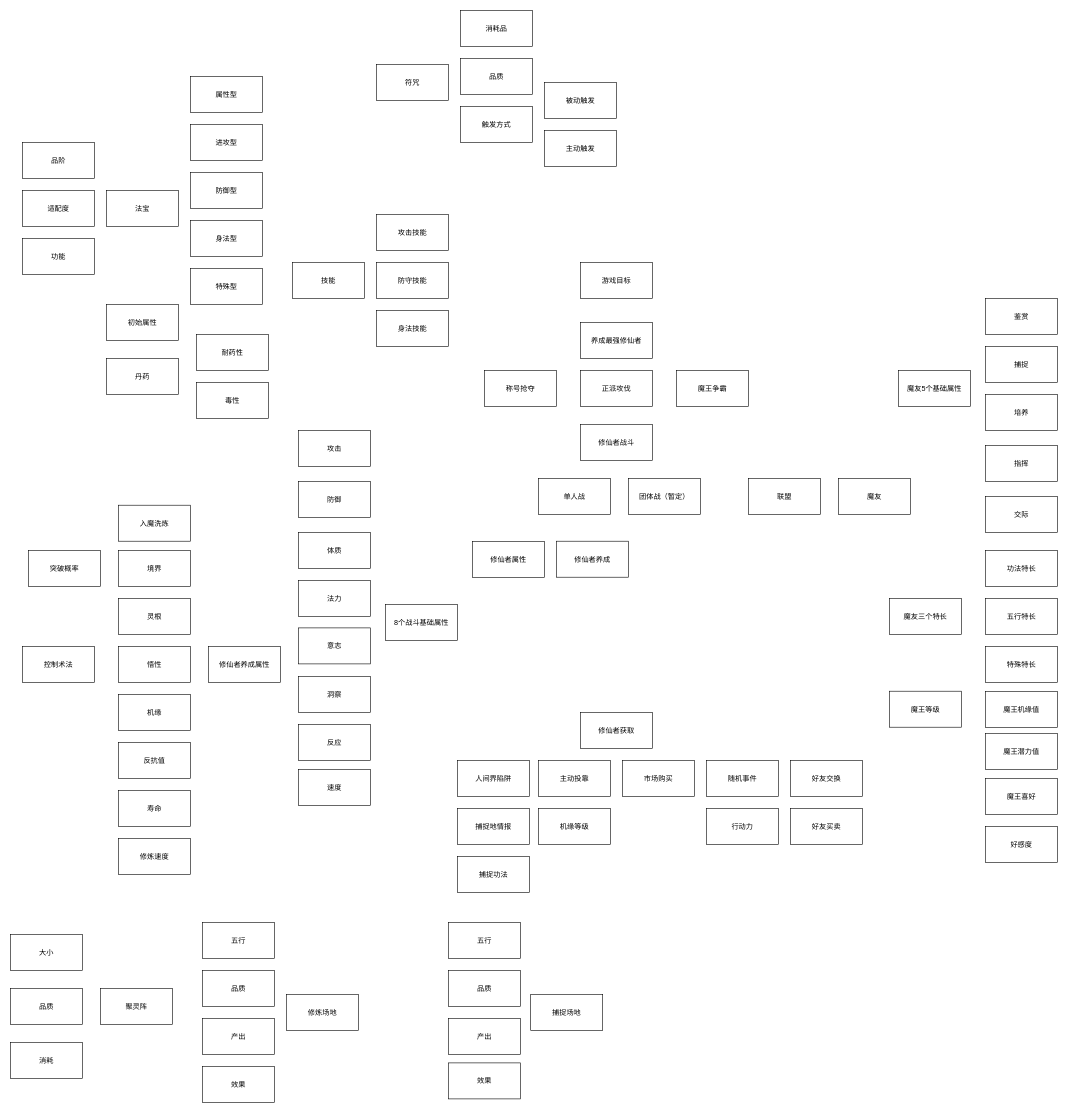
The draw.io diagram page "第 2 页" (2 of 5) of 流程图/蟋蟀玩法分析.drawio in Karmel5950/NoteBook, before the edit. Source tidied: cells renumbered, new cells numbered last; positions are measured from the earlier drawing's top-left corner, leaving out a move shared by most shapes. Both pictures are drawn from the tidied source at 60%, with x=0, y=0 at pixel (10, 10).
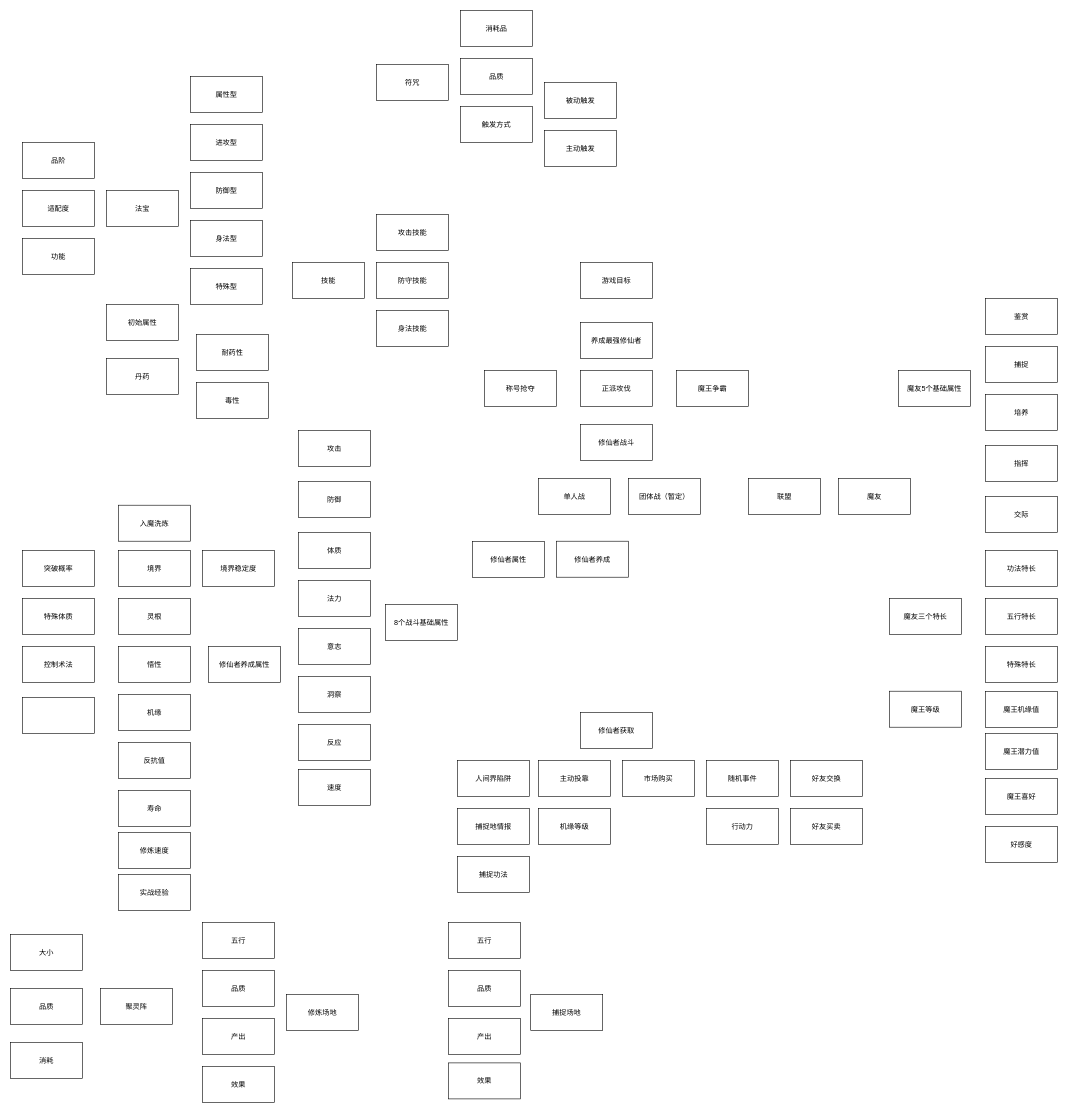
Above is the later version.

Diff of the diagram source:
```diff
@@
     <mxCell id="25" value="突破概率" style="rounded=0;whiteSpace=wrap;html=1;" parent="1" vertex="1">
-      <mxGeometry x="30" y="900" width="120" height="60" as="geometry" />
+      <mxGeometry x="20" y="900" width="120" height="60" as="geometry" />
     </mxCell>
@@
     <mxCell id="52" value="意志" style="rounded=0;whiteSpace=wrap;html=1;" parent="1" vertex="1">
-      <mxGeometry x="480" y="1029" width="120" height="60" as="geometry" />
+      <mxGeometry x="480" y="1030" width="120" height="60" as="geometry" />
     </mxCell>
@@
     <mxCell id="66" value="修炼速度" style="rounded=0;whiteSpace=wrap;html=1;" parent="1" vertex="1">
-      <mxGeometry x="180" y="1380" width="120" height="60" as="geometry" />
+      <mxGeometry x="180" y="1370" width="120" height="60" as="geometry" />
     </mxCell>
@@
+    <mxCell id="97" value="实战经验" style="rounded=0;whiteSpace=wrap;html=1;" parent="1" vertex="1">
+      <mxGeometry x="180" y="1440" width="120" height="60" as="geometry" />
+    </mxCell>
+    <mxCell id="98" value="境界稳定度" style="rounded=0;whiteSpace=wrap;html=1;" parent="1" vertex="1">
+      <mxGeometry x="320" y="900" width="120" height="60" as="geometry" />
+    </mxCell>
+    <mxCell id="99" value="特殊体质" style="rounded=0;whiteSpace=wrap;html=1;" parent="1" vertex="1">
+      <mxGeometry x="20" y="980" width="120" height="60" as="geometry" />
+    </mxCell>
+    <mxCell id="100" style="rounded=0;whiteSpace=wrap;html=1;" parent="1" vertex="1">
+      <mxGeometry x="20" y="1145" width="120" height="60" as="geometry" />
+    </mxCell>
```
